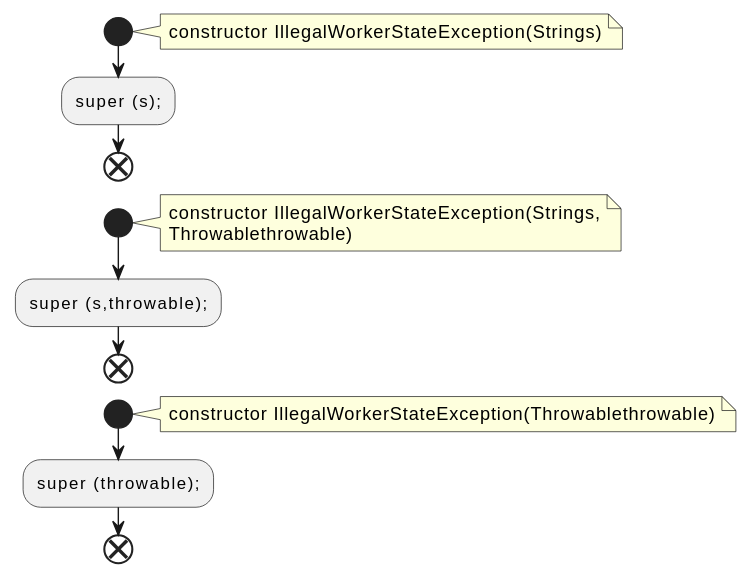
Above: docs/qc/connect/api/src/main/java/org/apache/kafka/connect/errors/IllegalWorkerStateException.java.fct.svg in qualitesys/kafka (PlantUML), before the change.
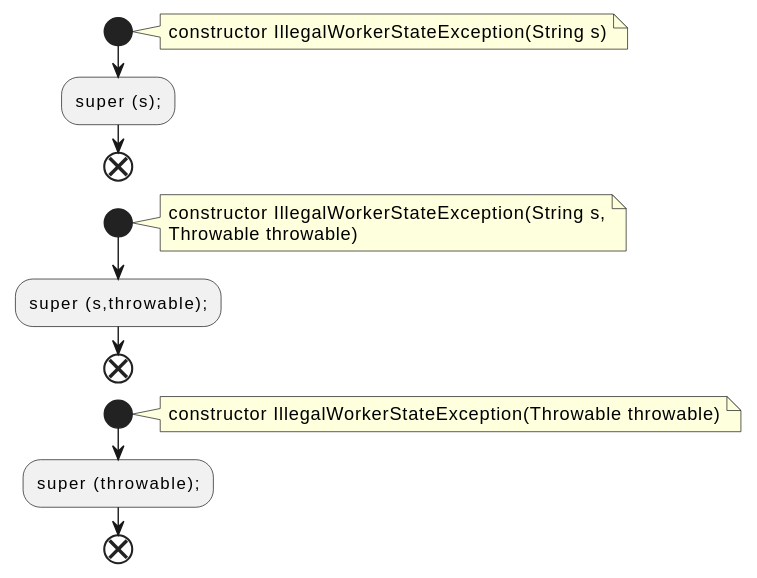
The same file after the commit.

Diff of the diagram source:
```diff
@@ -2,20 +2,20 @@
 !pragma layout smetana
 start
 note right
-constructor IllegalWorkerStateException(Strings)
+constructor IllegalWorkerStateException(String s)
 end note
 :super (s);;
 end
 start
 note right
-constructor IllegalWorkerStateException(Strings,
-Throwablethrowable)
+constructor IllegalWorkerStateException(String s,
+Throwable throwable)
 end note
 :super (s,throwable);;
 end
 start
 note right
-constructor IllegalWorkerStateException(Throwablethrowable)
+constructor IllegalWorkerStateException(Throwable throwable)
 end note
 :super (throwable);;
 end
```
